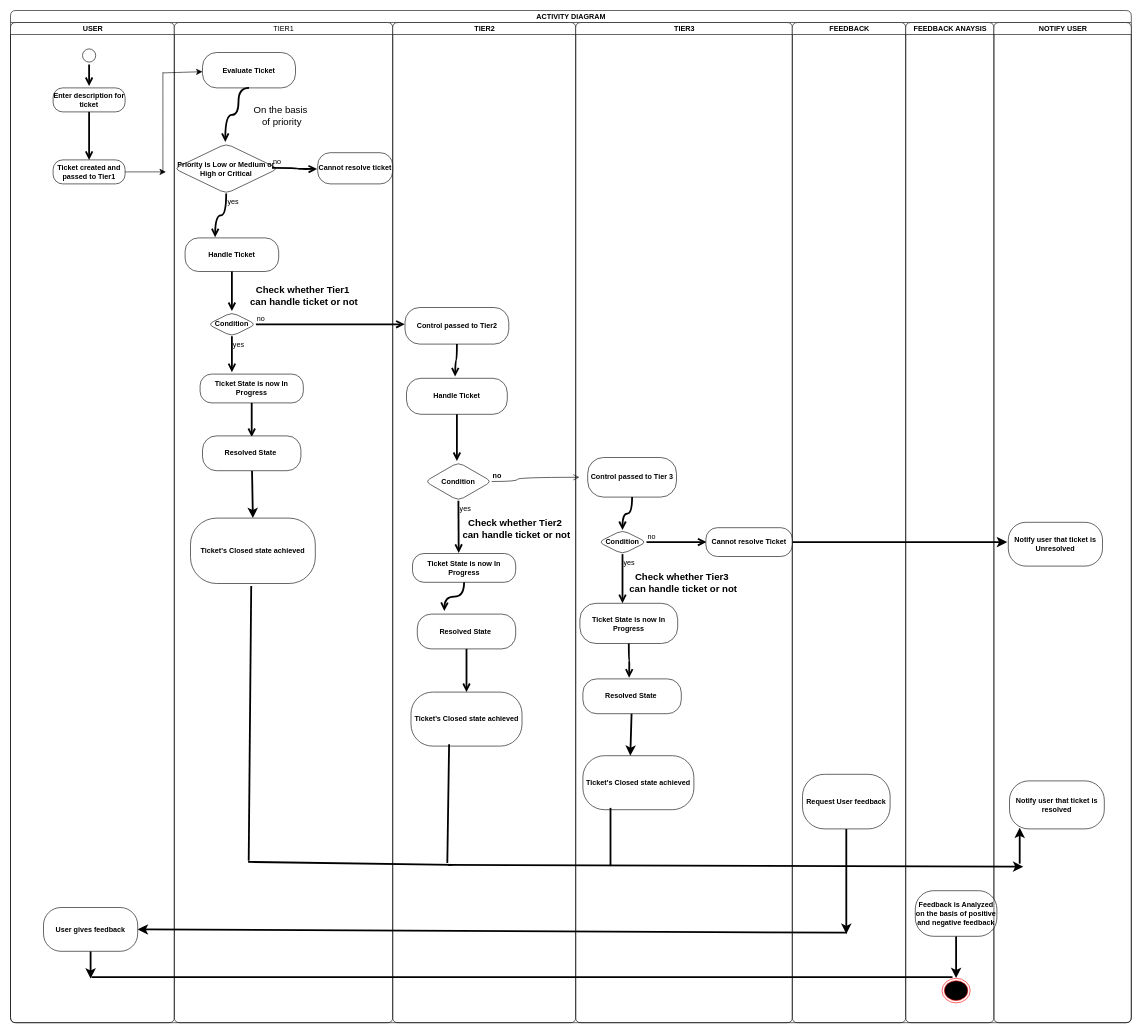
Earlier version of the draw.io diagram Copy of latest_act_xxqq.drawio (ZaraFatima123/Code100). Source tidied: cells renumbered, new cells numbered last; positions are measured from the earlier drawing's top-left corner, leaving out a move shared by most shapes. Both pictures are drawn from the tidied source at 60%, with x=0, y=0 at pixel (10, 10).
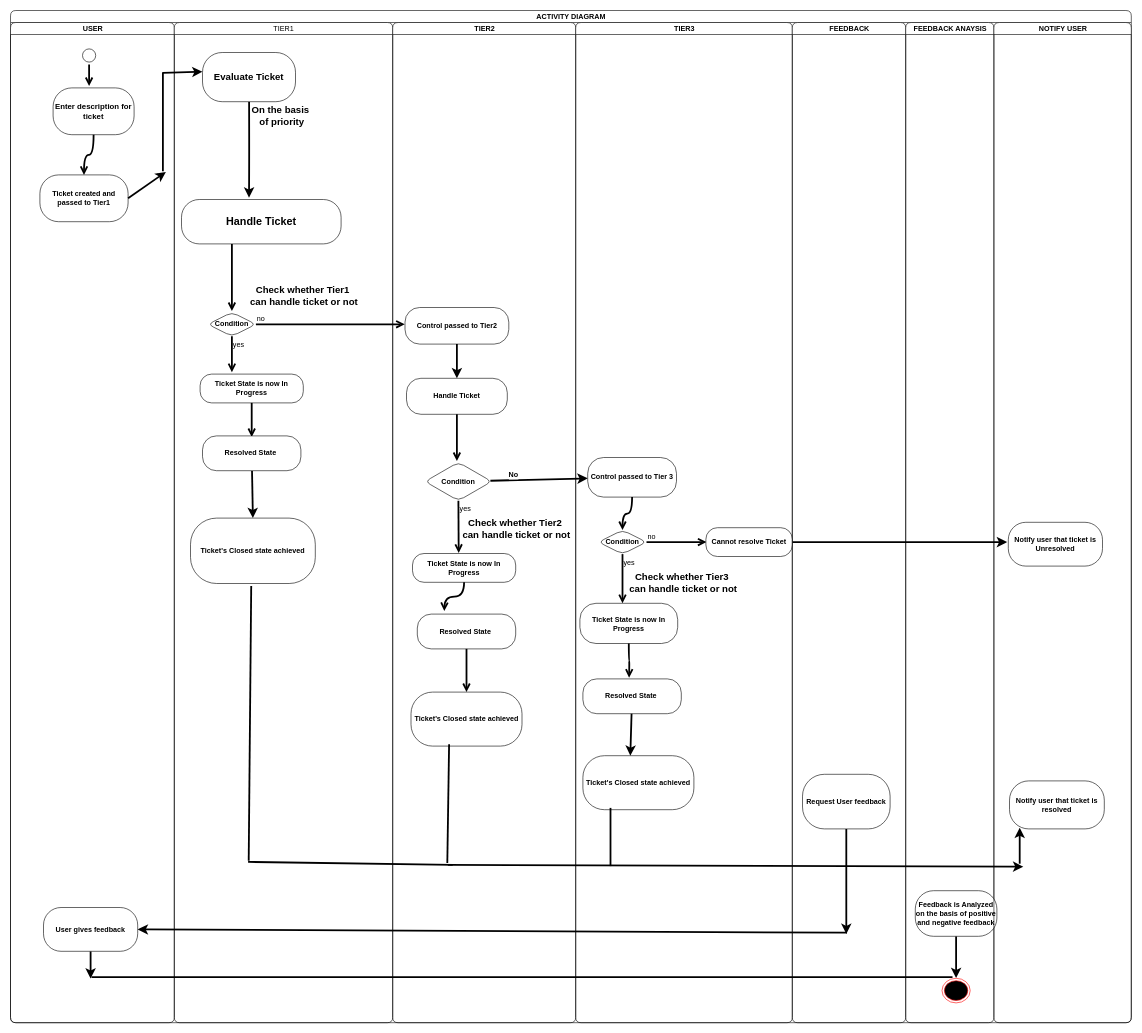
Above is the later version.

Unchanged cells that the change refers to:
```xml
<mxCell id="2" value="ACTIVITY DIAGRAM" style="swimlane;startSize=20;html=1;swimlaneFillColor=#FFFFFF;rounded=1;labelBackgroundColor=none;" parent="1" vertex="1">
  <mxGeometry width="1868" height="1687" as="geometry" />
</mxCell>
<mxCell id="3" value="USER" style="swimlane;startSize=20;html=1;rounded=1;labelBackgroundColor=none;" parent="2" vertex="1">
  <mxGeometry y="20" width="273" height="1667" as="geometry" />
</mxCell>
<mxCell id="13" value="TIER1" style="swimlane;startSize=20;html=1;rounded=1;labelBackgroundColor=none;fontStyle=0;" parent="2" vertex="1">
  <mxGeometry x="273" y="20" width="364" height="1667" as="geometry" />
</mxCell>
<mxCell id="34" value="TIER2" style="swimlane;startSize=20;html=1;rounded=1;labelBackgroundColor=none;" parent="2" vertex="1">
  <mxGeometry x="637" y="20" width="305" height="1667" as="geometry" />
</mxCell>
<mxCell id="35" value="&lt;b&gt;Control passed to Tier2&lt;/b&gt;" style="rounded=1;whiteSpace=wrap;html=1;arcSize=40;labelBackgroundColor=none;" parent="34" vertex="1">
  <mxGeometry x="20.5" y="475" width="173" height="61" as="geometry" />
</mxCell>
<mxCell id="38" value="&lt;b&gt;Handle Ticket&lt;/b&gt;" style="rounded=1;whiteSpace=wrap;html=1;arcSize=40;labelBackgroundColor=none;" parent="34" vertex="1">
  <mxGeometry x="23" y="593" width="168" height="60" as="geometry" />
</mxCell>
<mxCell id="40" value="&lt;b&gt;Condition&lt;/b&gt;" style="rhombus;whiteSpace=wrap;html=1;rounded=1;labelBackgroundColor=none;" parent="34" vertex="1">
  <mxGeometry x="54" y="733" width="111" height="64" as="geometry" />
</mxCell>
<mxCell id="49" value="&lt;b&gt;Control passed to Tier 3&lt;/b&gt;" style="rounded=1;whiteSpace=wrap;html=1;arcSize=40;labelBackgroundColor=none;" parent="48" vertex="1">
  <mxGeometry x="20" y="725" width="148" height="66" as="geometry" />
</mxCell>
```

Change to the diagram source:
```diff
@@
-    <mxCell id="6" value="&lt;b&gt;Enter description for ticket&lt;/b&gt;" style="rounded=1;whiteSpace=wrap;html=1;arcSize=40;labelBackgroundColor=none;" parent="3" vertex="1">
-      <mxGeometry x="71" y="109" width="120" height="40" as="geometry" />
+    <mxCell id="6" value="&lt;b&gt;&lt;font style=&quot;font-size: 13px;&quot;&gt;Enter description for ticket&lt;/font&gt;&lt;/b&gt;" style="rounded=1;whiteSpace=wrap;html=1;arcSize=40;labelBackgroundColor=none;" parent="3" vertex="1">
+      <mxGeometry x="71" y="109" width="135" height="78" as="geometry" />
     </mxCell>
@@
     <mxCell id="8" value="&lt;b&gt;Ticket created and passed to Tier1&lt;/b&gt;" style="rounded=1;whiteSpace=wrap;html=1;arcSize=40;labelBackgroundColor=none;" parent="3" vertex="1">
-      <mxGeometry x="71" y="229" width="120" height="40" as="geometry" />
+      <mxGeometry x="49" y="254" width="147" height="78" as="geometry" />
     </mxCell>
@@
-    <mxCell id="11" style="endArrow=none;html=1;rounded=0;fontSize=12;startSize=8;endSize=8;curved=1;" parent="3" edge="1">
+    <mxCell id="11" style="endArrow=none;html=1;rounded=0;fontSize=12;startSize=8;endSize=8;curved=1;strokeWidth=3;" parent="3" edge="1">
       <mxGeometry relative="1" as="geometry">
         <mxPoint x="254" y="248" as="sourcePoint" />
         <mxPoint x="254" y="83" as="targetPoint" />
       </mxGeometry>
     </mxCell>
-    <mxCell id="12" style="endArrow=classic;html=1;rounded=0;fontSize=12;startSize=8;endSize=8;curved=1;" parent="3" edge="1">
+    <mxCell id="12" style="endArrow=classic;html=1;rounded=0;fontSize=12;startSize=8;endSize=8;curved=1;strokeWidth=3;" parent="3" edge="1">
       <mxGeometry relative="1" as="geometry">
         <mxPoint x="254" y="84" as="sourcePoint" />
         <mxPoint x="320" y="82" as="targetPoint" />
       </mxGeometry>
     </mxCell>
@@
+    <mxCell id="80" style="edgeStyle=none;curved=1;rounded=0;jettySize=auto;html=1;fontSize=12;startSize=8;endSize=8;strokeWidth=3;" parent="13" edge="1" source="14">
+      <mxGeometry relative="1" as="geometry">
+        <mxPoint x="124.5" y="291.9" as="targetPoint" />
+        <Array as="points">
+          <mxPoint x="125" y="222" />
+        </Array>
+      </mxGeometry>
+    </mxCell>
-    <mxCell id="14" value="&lt;b&gt;Evaluate Ticket&lt;/b&gt;" style="rounded=1;whiteSpace=wrap;html=1;arcSize=40;labelBackgroundColor=none;" parent="13" vertex="1">
-      <mxGeometry x="47" y="50" width="155" height="59" as="geometry" />
+    <mxCell id="14" value="&lt;b&gt;&lt;font style=&quot;font-size: 16px;&quot;&gt;Evaluate Ticket&lt;/font&gt;&lt;/b&gt;" style="rounded=1;whiteSpace=wrap;html=1;arcSize=40;labelBackgroundColor=none;" parent="13" vertex="1">
+      <mxGeometry x="47" y="50" width="155" height="82" as="geometry" />
     </mxCell>
-    <mxCell id="15" style="edgeStyle=orthogonalEdgeStyle;html=1;verticalAlign=bottom;endArrow=open;endSize=8;rounded=1;fontSize=12;curved=1;exitX=0.5;exitY=1;exitDx=0;exitDy=0;labelBackgroundColor=none;fontColor=default;strokeWidth=3;" parent="13" edge="1" source="14">
-      <mxGeometry relative="1" as="geometry">
-        <mxPoint x="85" y="199" as="targetPoint" />
-        <Array as="points">
-          <mxPoint x="107" y="154" />
-          <mxPoint x="85" y="154" />
-        </Array>
-      </mxGeometry>
-    </mxCell>
-    <mxCell id="16" value="&lt;b&gt;Priority is Low or Medium or High or Critical&lt;/b&gt;" style="rhombus;whiteSpace=wrap;html=1;rounded=1;labelBackgroundColor=none;" parent="13" vertex="1">
-      <mxGeometry y="202" width="173" height="83" as="geometry" />
-    </mxCell>
-    <mxCell id="17" value="no" style="edgeStyle=orthogonalEdgeStyle;html=1;align=left;verticalAlign=bottom;endArrow=open;endSize=8;rounded=1;fontSize=12;curved=1;labelBackgroundColor=none;fontColor=default;exitX=0.941;exitY=0.486;exitDx=0;exitDy=0;exitPerimeter=0;strokeWidth=3;" parent="13" edge="1" source="16">
-      <mxGeometry x="-1" relative="1" as="geometry">
-        <mxPoint x="238" y="244" as="targetPoint" />
-      </mxGeometry>
-    </mxCell>
-    <mxCell id="18" value="yes" style="edgeStyle=orthogonalEdgeStyle;html=1;align=left;verticalAlign=top;endArrow=open;endSize=8;rounded=1;fontSize=12;curved=1;labelBackgroundColor=none;fontColor=default;strokeWidth=3;" parent="13" edge="1" source="16">
-      <mxGeometry x="-1" relative="1" as="geometry">
-        <mxPoint x="68" y="358" as="targetPoint" />
-      </mxGeometry>
-    </mxCell>
-    <mxCell id="19" value="On the basis&amp;nbsp;&lt;div&gt;of priority&lt;/div&gt;" style="text;html=1;align=center;verticalAlign=middle;strokeColor=none;fillColor=none;fontSize=16;rounded=1;labelBackgroundColor=none;" parent="13" vertex="1">
-      <mxGeometry x="123" y="131" width="112" height="50" as="geometry" />
+    <mxCell id="19" value="&lt;b&gt;On the basis&amp;nbsp;&lt;/b&gt;&lt;div&gt;&lt;b&gt;of priority&lt;/b&gt;&lt;/div&gt;" style="text;html=1;align=center;verticalAlign=middle;strokeColor=none;fillColor=none;fontSize=16;rounded=1;labelBackgroundColor=none;" parent="13" vertex="1">
+      <mxGeometry x="120" y="131" width="118" height="50" as="geometry" />
     </mxCell>
-    <mxCell id="20" value="&lt;b&gt;Handle Ticket&lt;/b&gt;" style="rounded=1;whiteSpace=wrap;html=1;arcSize=40;labelBackgroundColor=none;" parent="13" vertex="1">
-      <mxGeometry x="18" y="359" width="156" height="56" as="geometry" />
+    <mxCell id="20" value="&lt;b&gt;&lt;font style=&quot;font-size: 18px;&quot;&gt;Handle Ticket&lt;/font&gt;&lt;/b&gt;" style="rounded=1;whiteSpace=wrap;html=1;arcSize=40;labelBackgroundColor=none;" parent="13" vertex="1">
+      <mxGeometry x="12" y="295" width="266" height="74" as="geometry" />
     </mxCell>
@@
-    <mxCell id="22" value="&lt;b&gt;Condition&lt;/b&gt;" style="rhombus;whiteSpace=wrap;html=1;rounded=1;labelBackgroundColor=none;" parent="13" vertex="1">
+    <mxCell id="22" value="Condition" style="rhombus;whiteSpace=wrap;html=1;rounded=1;labelBackgroundColor=none;fontStyle=1;" parent="13" vertex="1">
       <mxGeometry x="56" y="483" width="80" height="40" as="geometry" />
     </mxCell>
@@
-    <mxCell id="33" value="&lt;b&gt;Cannot resolve ticket&lt;/b&gt;" style="rounded=1;whiteSpace=wrap;html=1;arcSize=40;labelBackgroundColor=none;" parent="13" vertex="1">
-      <mxGeometry x="239" y="217" width="125" height="52" as="geometry" />
-    </mxCell>
@@
+    <mxCell id="81" style="edgeStyle=none;curved=1;rounded=0;jettySize=auto;html=1;fontSize=12;startSize=8;endSize=8;strokeWidth=3;" parent="34" edge="1" source="35" target="38">
+      <mxGeometry relative="1" as="geometry" />
+    </mxCell>
@@
-    <mxCell id="36" style="edgeStyle=orthogonalEdgeStyle;html=1;verticalAlign=bottom;endArrow=open;endSize=8;rounded=1;fontSize=12;curved=1;labelBackgroundColor=none;fontColor=default;strokeWidth=3;" parent="34" edge="1" source="35">
-      <mxGeometry relative="1" as="geometry">
-        <mxPoint x="104" y="590" as="targetPoint" />
-      </mxGeometry>
-    </mxCell>
@@
-    <mxCell id="73" value="&lt;b&gt;no&lt;/b&gt;" style="edgeStyle=orthogonalEdgeStyle;html=1;align=left;verticalAlign=bottom;endArrow=open;endSize=8;rounded=1;fontSize=12;curved=1;labelBackgroundColor=none;fontColor=default;" parent="2" edge="1" source="40">
-      <mxGeometry x="-1" relative="1" as="geometry">
-        <mxPoint x="948" y="778" as="targetPoint" />
-        <Array as="points">
-          <mxPoint x="845" y="785" />
-          <mxPoint x="845" y="778" />
-        </Array>
-      </mxGeometry>
-    </mxCell>
+    <mxCell id="82" style="edgeStyle=none;curved=1;rounded=0;jettySize=auto;html=1;fontSize=12;startSize=8;endSize=8;strokeWidth=3;" parent="2" edge="1" source="40" target="49">
+      <mxGeometry relative="1" as="geometry" />
+    </mxCell>
+    <mxCell id="83" value="&lt;b&gt;No&lt;/b&gt;" style="edgeLabel;html=1;align=center;verticalAlign=middle;fontSize=12;" parent="82" vertex="1">
+      <mxGeometry x="-0.52" y="9" relative="1" as="geometry">
+        <mxPoint x="-1" as="offset" />
+      </mxGeometry>
+    </mxCell>
@@
-    <mxCell id="79" style="endArrow=classic;html=1;rounded=0;fontSize=22;startSize=8;endSize=8;curved=1;exitX=1;exitY=0.5;exitDx=0;exitDy=0;spacing=7;" parent="1" edge="1" source="8">
+    <mxCell id="79" style="endArrow=classic;html=1;rounded=0;fontSize=22;startSize=8;endSize=8;curved=1;exitX=1;exitY=0.5;exitDx=0;exitDy=0;spacing=7;strokeWidth=3;" parent="1" edge="1" source="8">
       <mxGeometry relative="1" as="geometry">
         <mxPoint x="259" y="269" as="targetPoint" />
       </mxGeometry>
     </mxCell>
```
